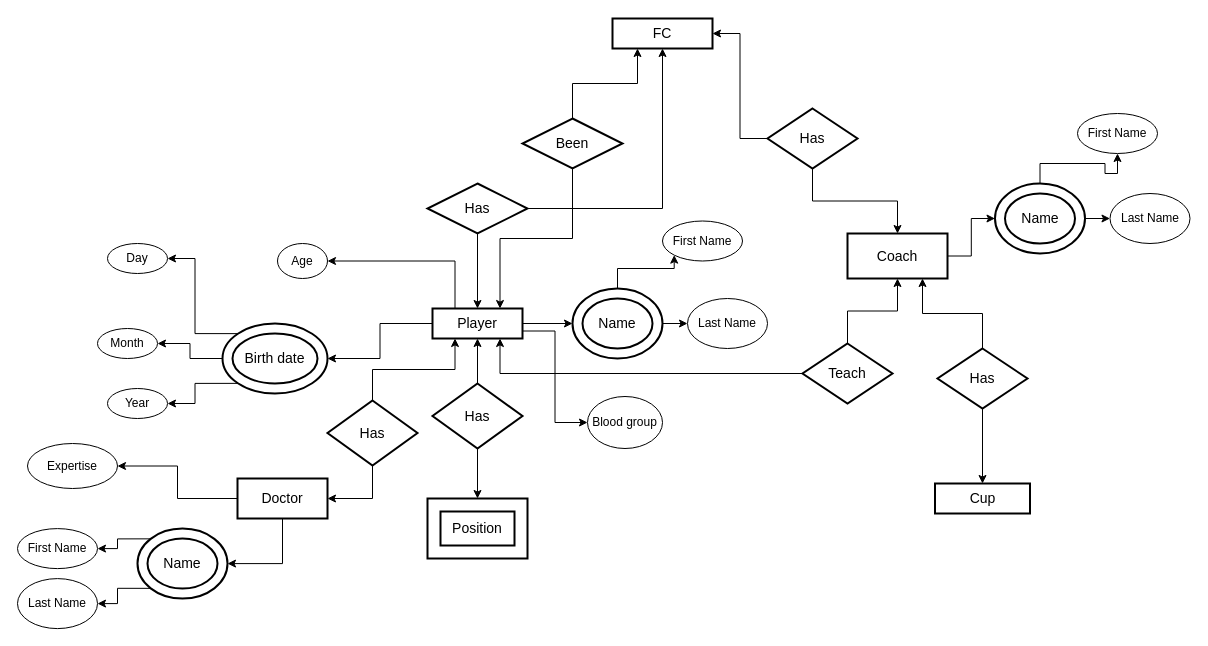
ali4heydari/AP_19 keeps this draw.io diagram as ER-Assignment.drawio. Above is the earlier version. Source tidied: cells renumbered, new cells numbered last; positions are measured from the earlier drawing's top-left corner, leaving out a move shared by most shapes. Both pictures are drawn from the tidied source at 100%, with x=0, y=0 at pixel (17, 18).
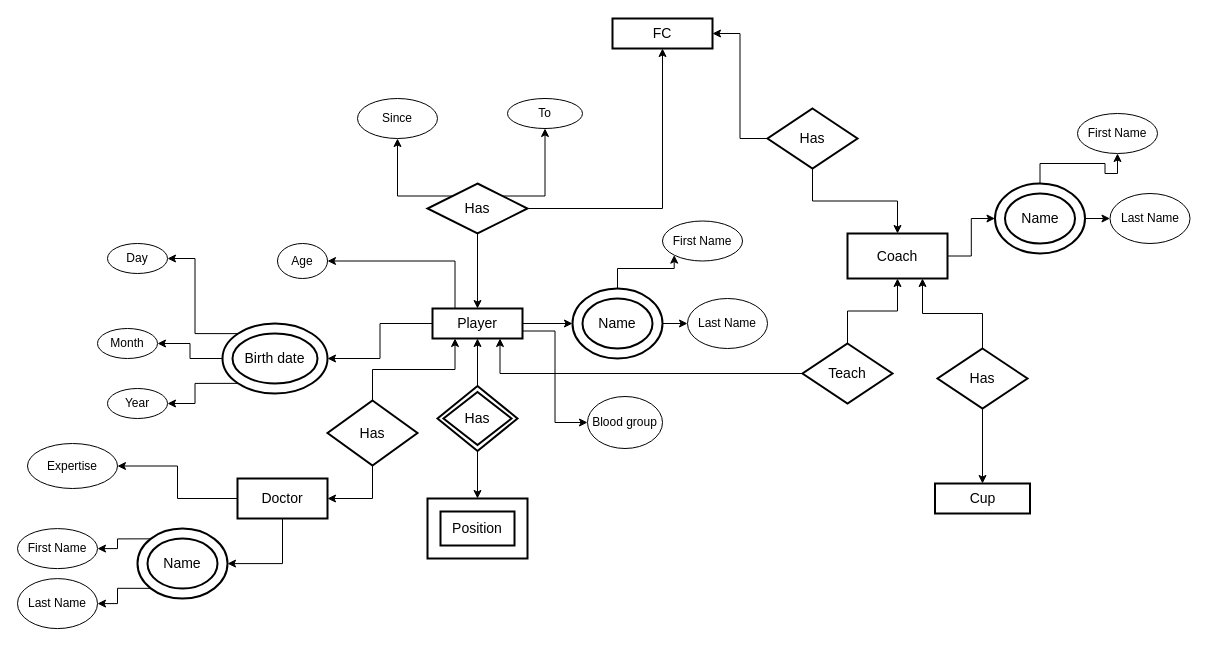
The same diagram, later.

Unchanged cells that the change refers to:
```xml
<mxCell id="2" value="FC" style="strokeWidth=2;whiteSpace=wrap;html=1;align=center;fontSize=14;" parent="1" vertex="1">
  <mxGeometry x="595" width="100" height="30" as="geometry" />
</mxCell>
<mxCell id="7" value="Player&lt;br&gt;" style="strokeWidth=2;whiteSpace=wrap;html=1;align=center;fontSize=14;" parent="1" vertex="1">
  <mxGeometry x="415" y="290" width="90" height="30" as="geometry" />
</mxCell>
<mxCell id="10" value="Has" style="shape=rhombus;strokeWidth=2;fontSize=17;perimeter=rhombusPerimeter;whiteSpace=wrap;html=1;align=center;fontSize=14;" parent="1" vertex="1">
  <mxGeometry x="410" y="165" width="100" height="50" as="geometry" />
</mxCell>
<mxCell id="11" value="Position&lt;br&gt;" style="shape=ext;strokeWidth=2;margin=10;double=1;whiteSpace=wrap;html=1;align=center;fontSize=14;" parent="1" vertex="1">
  <mxGeometry x="410" y="480" width="100" height="60" as="geometry" />
</mxCell>
```

Diff of the diagram source:
```diff
@@
+    <mxCell id="61" style="edgeStyle=orthogonalEdgeStyle;rounded=0;jettySize=auto;html=1;exitX=0;exitY=0;exitDx=0;exitDy=0;entryX=0.5;entryY=1;entryDx=0;entryDy=0;" parent="1" edge="1" source="10" target="64">
+      <mxGeometry relative="1" as="geometry">
+        <Array as="points">
+          <mxPoint x="380" y="177" />
+        </Array>
+      </mxGeometry>
+    </mxCell>
+    <mxCell id="62" style="edgeStyle=orthogonalEdgeStyle;rounded=0;jettySize=auto;html=1;exitX=1;exitY=0;exitDx=0;exitDy=0;entryX=0.5;entryY=1;entryDx=0;entryDy=0;" parent="1" edge="1" source="10" target="63">
+      <mxGeometry relative="1" as="geometry">
+        <Array as="points">
+          <mxPoint x="528" y="177" />
+        </Array>
+      </mxGeometry>
+    </mxCell>
@@
-    <mxCell id="12" style="edgeStyle=orthogonalEdgeStyle;rounded=0;jettySize=auto;html=1;entryX=0.5;entryY=1;entryDx=0;entryDy=0;" parent="1" edge="1" source="14" target="7">
+    <mxCell id="12" style="edgeStyle=orthogonalEdgeStyle;rounded=0;jettySize=auto;html=1;entryX=0.5;entryY=1;entryDx=0;entryDy=0;exitX=0.5;exitY=0;exitDx=0;exitDy=0;" parent="1" edge="1" source="14" target="7">
       <mxGeometry relative="1" as="geometry" />
     </mxCell>
-    <mxCell id="13" style="edgeStyle=orthogonalEdgeStyle;rounded=0;jettySize=auto;html=1;entryX=0.5;entryY=0;entryDx=0;entryDy=0;" parent="1" edge="1" source="14" target="11">
+    <mxCell id="13" style="edgeStyle=orthogonalEdgeStyle;rounded=0;jettySize=auto;html=1;entryX=0.5;entryY=0;entryDx=0;entryDy=0;exitX=0.5;exitY=1;exitDx=0;exitDy=0;" parent="1" edge="1" source="14" target="11">
       <mxGeometry relative="1" as="geometry" />
     </mxCell>
-    <mxCell id="14" value="Has" style="shape=rhombus;strokeWidth=2;fontSize=17;perimeter=rhombusPerimeter;whiteSpace=wrap;html=1;align=center;fontSize=14;" parent="1" vertex="1">
-      <mxGeometry x="415" y="365" width="90" height="65" as="geometry" />
-    </mxCell>
@@
-    <mxCell id="46" style="edgeStyle=orthogonalEdgeStyle;rounded=0;jettySize=auto;html=1;entryX=0.75;entryY=0;entryDx=0;entryDy=0;" parent="1" edge="1" source="48" target="7">
-      <mxGeometry relative="1" as="geometry" />
-    </mxCell>
-    <mxCell id="47" style="edgeStyle=orthogonalEdgeStyle;rounded=0;jettySize=auto;html=1;exitX=0.5;exitY=0;exitDx=0;exitDy=0;entryX=0.25;entryY=1;entryDx=0;entryDy=0;entryPerimeter=0;" parent="1" edge="1" source="48" target="2">
-      <mxGeometry relative="1" as="geometry" />
-    </mxCell>
-    <mxCell id="48" value="Been" style="shape=rhombus;strokeWidth=2;fontSize=17;perimeter=rhombusPerimeter;whiteSpace=wrap;html=1;align=center;fontSize=14;" parent="1" vertex="1">
-      <mxGeometry x="505" y="100" width="100" height="50" as="geometry" />
-    </mxCell>
@@
+    <mxCell id="14" value="Has" style="shape=rhombus;double=1;strokeWidth=2;fontSize=17;perimeter=rhombusPerimeter;whiteSpace=wrap;html=1;align=center;fontSize=14;" parent="1" vertex="1">
+      <mxGeometry x="420" y="367.5" width="80" height="65" as="geometry" />
+    </mxCell>
+    <mxCell id="63" value="To" style="ellipse;whiteSpace=wrap;html=1;" parent="1" vertex="1">
+      <mxGeometry x="490" y="80" width="75" height="30" as="geometry" />
+    </mxCell>
+    <mxCell id="64" value="Since" style="ellipse;whiteSpace=wrap;html=1;" parent="1" vertex="1">
+      <mxGeometry x="340" y="80" width="80" height="40" as="geometry" />
+    </mxCell>
```
